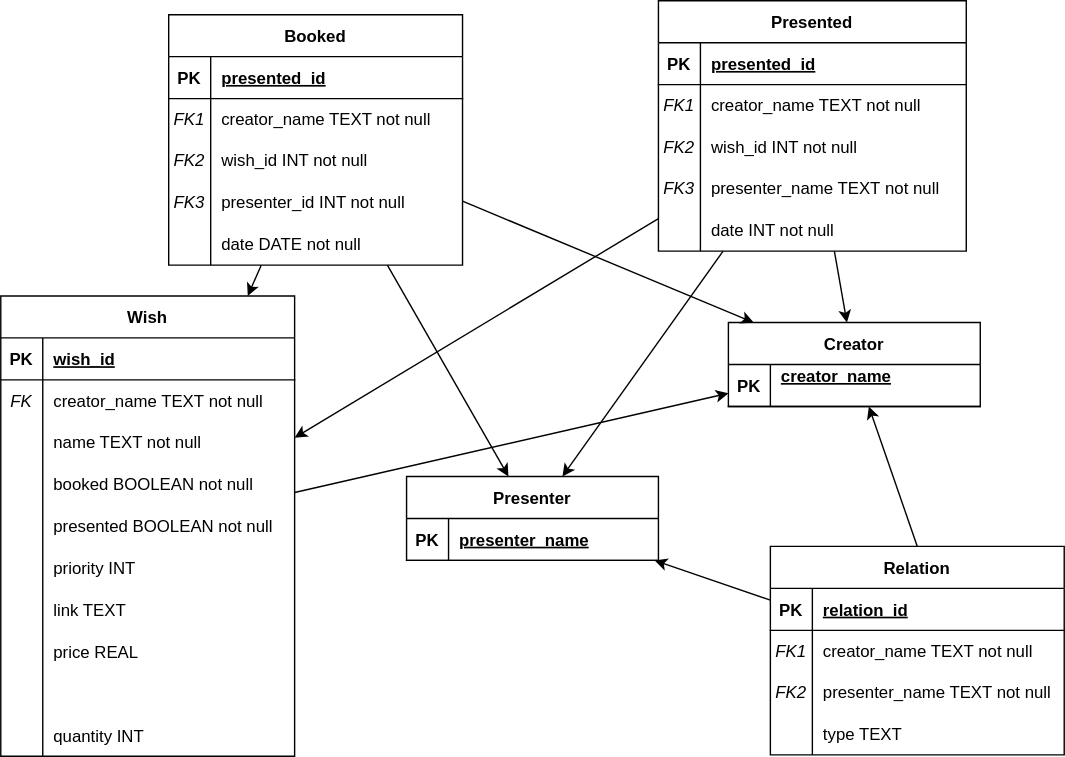
Above: db_schema.svg in olegfafurin/lauzhack-2022 (draw.io), before the change. Source tidied: cells renumbered, new cells last; positions are measured from the earlier drawing's top-left corner, leaving out a move shared by most shapes.
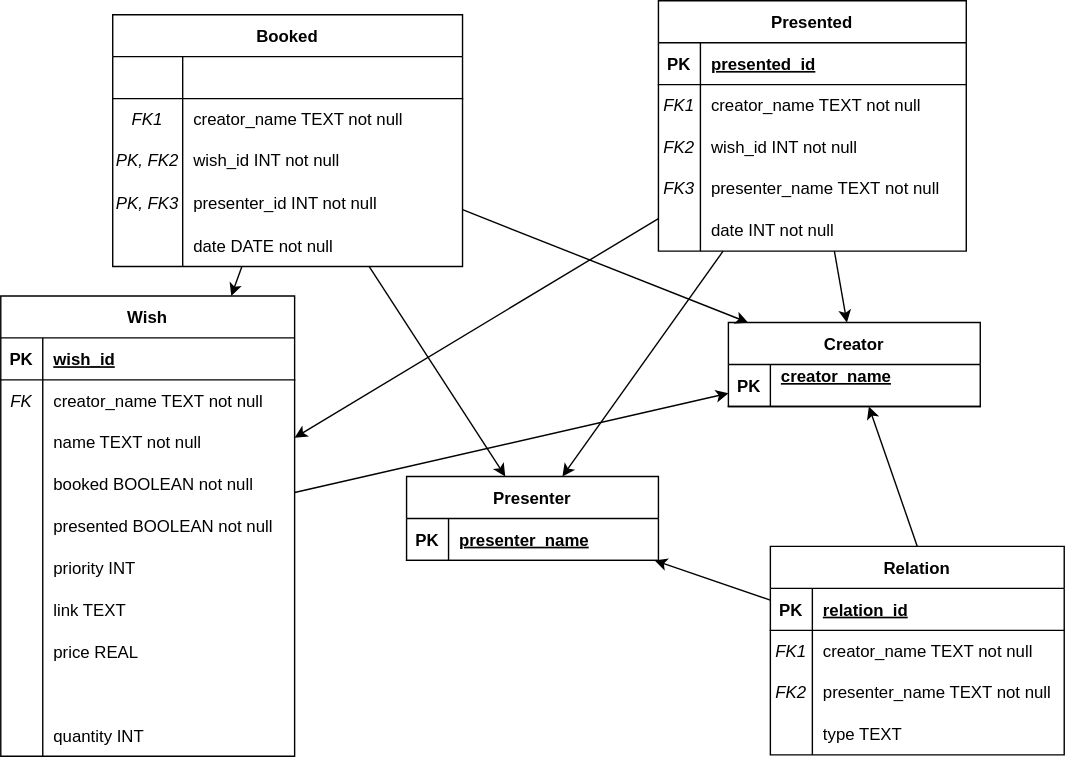
Above is the later version.

What changed in the source:
```diff
@@ -120,52 +120,52 @@
       <mxGeometry x="30" width="180" height="30" as="geometry" />
     </mxCell>
     <mxCell id="41" value="Booked" style="shape=table;startSize=30;rowLines=0;fontStyle=1;align=center;" parent="1" vertex="1">
-      <mxGeometry x="120" y="10" width="210" height="179" as="geometry" />
+      <mxGeometry x="80" y="10" width="250" height="180" as="geometry" />
     </mxCell>
     <mxCell id="42" style="shape=tableRow;horizontal=0;startSize=0;swimlaneHead=0;swimlaneBody=0;fillColor=none;top=0;left=0;right=0;bottom=1;" parent="41" vertex="1">
-      <mxGeometry y="30" width="210" height="30" as="geometry" />
+      <mxGeometry y="30" width="250" height="30" as="geometry" />
     </mxCell>
-    <mxCell id="43" value="PK" style="shape=partialRectangle;fillColor=none;top=0;left=0;bottom=0;right=0;fontStyle=1;overflow=hidden;" parent="42" vertex="1">
-      <mxGeometry width="30" height="30" as="geometry" />
+    <mxCell id="43" style="shape=partialRectangle;fillColor=none;top=0;left=0;bottom=0;right=0;fontStyle=1;overflow=hidden;" parent="42" vertex="1">
+      <mxGeometry width="50" height="30" as="geometry" />
     </mxCell>
-    <mxCell id="44" value="presented_id" style="shape=partialRectangle;fillColor=none;top=0;left=0;bottom=0;right=0;align=left;spacingLeft=6;fontStyle=5;overflow=hidden;" parent="42" vertex="1">
-      <mxGeometry x="30" width="180" height="30" as="geometry" />
+    <mxCell id="44" style="shape=partialRectangle;fillColor=none;top=0;left=0;bottom=0;right=0;align=left;spacingLeft=6;fontStyle=5;overflow=hidden;" parent="42" vertex="1">
+      <mxGeometry x="50" width="200" height="30" as="geometry" />
     </mxCell>
     <mxCell id="45" style="shape=tableRow;horizontal=0;startSize=0;swimlaneHead=0;swimlaneBody=0;fillColor=none;top=0;left=0;right=0;bottom=0;" parent="41" vertex="1">
-      <mxGeometry y="60" width="210" height="29" as="geometry" />
+      <mxGeometry y="60" width="250" height="29" as="geometry" />
     </mxCell>
     <mxCell id="46" value="FK1" style="shape=partialRectangle;fillColor=none;top=0;left=0;bottom=0;right=0;overflow=hidden;fontStyle=2;" parent="45" vertex="1">
-      <mxGeometry width="30" height="29" as="geometry" />
+      <mxGeometry width="50" height="29" as="geometry" />
     </mxCell>
     <mxCell id="47" value="creator_name TEXT not null" style="shape=partialRectangle;fillColor=none;top=0;left=0;bottom=0;right=0;align=left;spacingLeft=6;overflow=hidden;" parent="45" vertex="1">
-      <mxGeometry x="30" width="180" height="29" as="geometry" />
+      <mxGeometry x="50" width="200" height="29" as="geometry" />
     </mxCell>
     <mxCell id="48" style="shape=tableRow;horizontal=0;startSize=0;swimlaneHead=0;swimlaneBody=0;fillColor=none;top=0;left=0;right=0;bottom=0;" parent="41" vertex="1">
-      <mxGeometry y="89" width="210" height="30" as="geometry" />
+      <mxGeometry y="89" width="250" height="30" as="geometry" />
     </mxCell>
-    <mxCell id="49" value="FK2" style="shape=partialRectangle;fillColor=none;top=0;left=0;bottom=0;right=0;overflow=hidden;fontStyle=2;" parent="48" vertex="1">
-      <mxGeometry width="30" height="30" as="geometry" />
+    <mxCell id="49" value="PK, FK2" style="shape=partialRectangle;fillColor=none;top=0;left=0;bottom=0;right=0;overflow=hidden;fontStyle=2;" parent="48" vertex="1">
+      <mxGeometry width="50" height="30" as="geometry" />
     </mxCell>
     <mxCell id="50" value="wish_id INT not null" style="shape=partialRectangle;fillColor=none;top=0;left=0;bottom=0;right=0;align=left;spacingLeft=6;overflow=hidden;" parent="48" vertex="1">
-      <mxGeometry x="30" width="180" height="30" as="geometry" />
+      <mxGeometry x="50" width="200" height="30" as="geometry" />
     </mxCell>
     <mxCell id="51" style="shape=tableRow;horizontal=0;startSize=0;swimlaneHead=0;swimlaneBody=0;fillColor=none;top=0;left=0;right=0;bottom=0;" parent="41" vertex="1">
-      <mxGeometry y="119" width="210" height="30" as="geometry" />
+      <mxGeometry y="119" width="250" height="31" as="geometry" />
     </mxCell>
-    <mxCell id="52" value="FK3" style="shape=partialRectangle;fillColor=none;top=0;left=0;bottom=0;right=0;overflow=hidden;fontStyle=2;" parent="51" vertex="1">
-      <mxGeometry width="30" height="30" as="geometry" />
+    <mxCell id="52" value="PK, FK3" style="shape=partialRectangle;fillColor=none;top=0;left=0;bottom=0;right=0;overflow=hidden;fontStyle=2;" parent="51" vertex="1">
+      <mxGeometry width="50" height="31" as="geometry" />
     </mxCell>
     <mxCell id="53" value="presenter_id INT not null" style="shape=partialRectangle;fillColor=none;top=0;left=0;bottom=0;right=0;align=left;spacingLeft=6;overflow=hidden;" parent="51" vertex="1">
-      <mxGeometry x="30" width="180" height="30" as="geometry" />
+      <mxGeometry x="50" width="200" height="31" as="geometry" />
     </mxCell>
     <mxCell id="54" style="shape=tableRow;horizontal=0;startSize=0;swimlaneHead=0;swimlaneBody=0;fillColor=none;top=0;left=0;right=0;bottom=0;" parent="41" vertex="1">
-      <mxGeometry y="149" width="210" height="30" as="geometry" />
+      <mxGeometry y="150" width="250" height="30" as="geometry" />
     </mxCell>
     <mxCell id="55" style="shape=partialRectangle;fillColor=none;top=0;left=0;bottom=0;right=0;overflow=hidden;" parent="54" vertex="1">
-      <mxGeometry width="30" height="30" as="geometry" />
+      <mxGeometry width="50" height="30" as="geometry" />
     </mxCell>
     <mxCell id="56" value="date DATE not null" style="shape=partialRectangle;fillColor=none;top=0;left=0;bottom=0;right=0;align=left;spacingLeft=6;overflow=hidden;" parent="54" vertex="1">
-      <mxGeometry x="30" width="180" height="30" as="geometry" />
+      <mxGeometry x="50" width="200" height="30" as="geometry" />
     </mxCell>
     <mxCell id="57" value="Relation" style="shape=table;startSize=30;rowLines=0;fontStyle=1;align=center;" parent="1" vertex="1">
       <mxGeometry x="550" y="390" width="210" height="149" as="geometry" />
```
